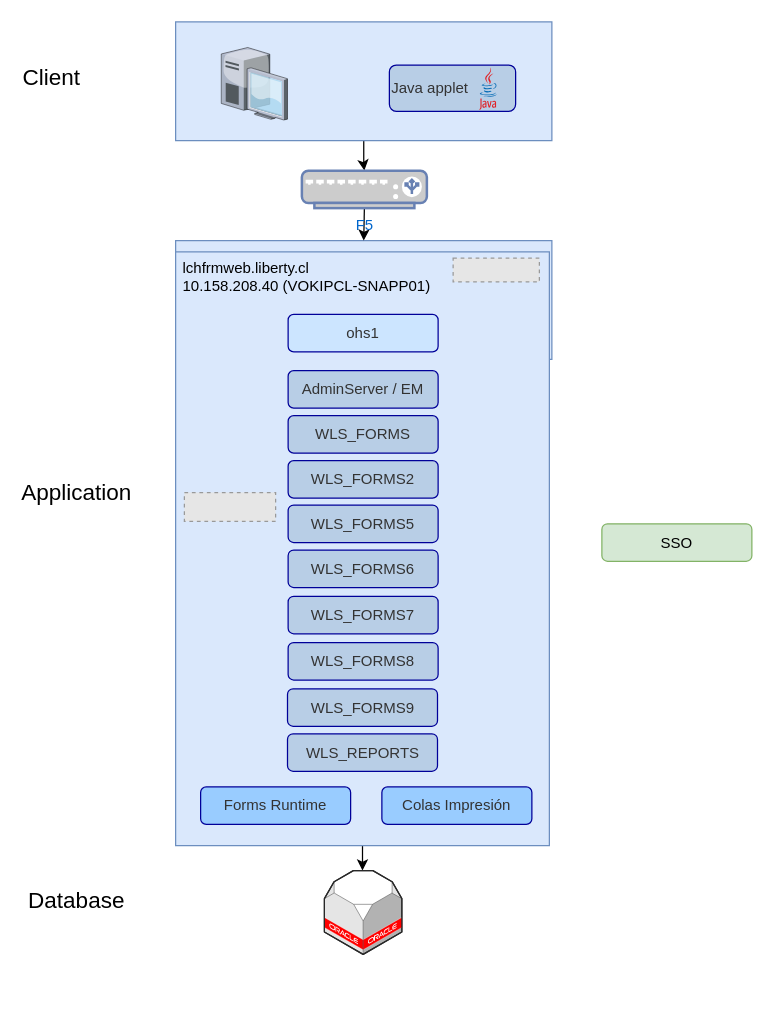
This is Untitled Diagram.drawio from albertitors/draw.io, a draw.io file, before an edit. Source tidied: cells renumbered, new cells numbered last; positions are measured from the earlier drawing's top-left corner, leaving out a move shared by most shapes. Both pictures are drawn from the tidied source at 125%, with x=0, y=0 at pixel (26, 21). Pictures stored in the file or linked from it are replaced by grey dashed boxes.
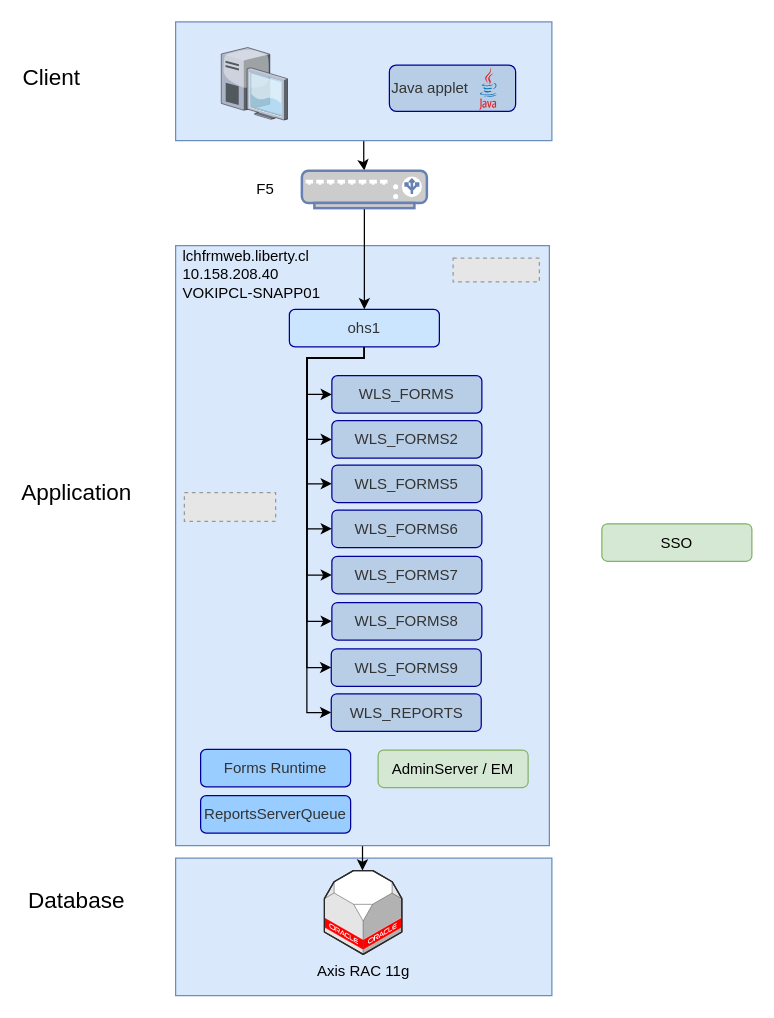
After the change.

The edit, as a diff of the source:
```diff
@@
+    <mxCell id="32" style="rounded=0;whiteSpace=wrap;html=1;fillColor=#dae8fc;strokeColor=#6c8ebf;" parent="1" vertex="1">
+      <mxGeometry x="119" y="669" width="301" height="110" as="geometry" />
+    </mxCell>
@@
-    <mxCell id="4" style="rounded=0;whiteSpace=wrap;html=1;fillColor=#dae8fc;strokeColor=#6c8ebf;" parent="1" vertex="1">
-      <mxGeometry x="119" y="175" width="301" height="95" as="geometry" />
-    </mxCell>
@@
     <mxCell id="6" style="rounded=0;whiteSpace=wrap;html=1;fillColor=#dae8fc;strokeColor=#6c8ebf;" parent="1" vertex="1">
-      <mxGeometry x="119" y="184" width="299" height="475" as="geometry" />
+      <mxGeometry x="119" y="179" width="299" height="480" as="geometry" />
     </mxCell>
@@
-    <mxCell id="8" style="verticalLabelPosition=bottom;html=1;verticalAlign=top;strokeWidth=1;align=center;outlineConnect=0;dashed=0;outlineConnect=0;shape=mxgraph.aws3d.oracleDbServer;fillColor=#ffffff;strokeColor=#5E5E5E;" parent="1" vertex="1">
+    <mxCell id="8" value="Axis RAC 11g" style="verticalLabelPosition=bottom;html=1;verticalAlign=top;strokeWidth=1;align=center;outlineConnect=0;dashed=0;outlineConnect=0;shape=mxgraph.aws3d.oracleDbServer;fillColor=#ffffff;strokeColor=#5E5E5E;" parent="1" vertex="1">
       <mxGeometry x="238" y="679" width="62" height="67" as="geometry" />
     </mxCell>
-    <mxCell id="9" value="AdminServer / EM&lt;br&gt;" style="rounded=1;whiteSpace=wrap;html=1;fillColor=#B8CEE6;strokeColor=#000099;fontColor=#333333;" parent="1" vertex="1">
-      <mxGeometry x="209" y="279" width="120" height="30" as="geometry" />
+    <mxCell id="9" value="AdminServer / EM&lt;br&gt;" style="rounded=1;whiteSpace=wrap;html=1;fillColor=#d5e8d4;strokeColor=#82b366;" parent="1" vertex="1">
+      <mxGeometry x="281" y="582.5" width="120" height="30" as="geometry" />
     </mxCell>
     <mxCell id="10" value="WLS_FORMS" style="rounded=1;whiteSpace=wrap;html=1;fillColor=#B8CEE6;strokeColor=#000099;fontColor=#333333;" parent="1" vertex="1">
-      <mxGeometry x="209" y="315" width="120" height="30" as="geometry" />
+      <mxGeometry x="244" y="283" width="120" height="30" as="geometry" />
     </mxCell>
     <mxCell id="11" value="WLS_FORMS2&lt;br&gt;" style="rounded=1;whiteSpace=wrap;html=1;fillColor=#B8CEE6;strokeColor=#000099;fontColor=#333333;" parent="1" vertex="1">
-      <mxGeometry x="209" y="351" width="120" height="30" as="geometry" />
+      <mxGeometry x="244" y="319" width="120" height="30" as="geometry" />
     </mxCell>
     <mxCell id="12" value="WLS_FORMS5" style="rounded=1;whiteSpace=wrap;html=1;fillColor=#B8CEE6;strokeColor=#000099;fontColor=#333333;" parent="1" vertex="1">
-      <mxGeometry x="209" y="386.5" width="120" height="30" as="geometry" />
+      <mxGeometry x="244" y="354.5" width="120" height="30" as="geometry" />
     </mxCell>
     <mxCell id="13" value="WLS_FORMS6" style="rounded=1;whiteSpace=wrap;html=1;fillColor=#B8CEE6;strokeColor=#000099;fontColor=#333333;" parent="1" vertex="1">
-      <mxGeometry x="209" y="422.5" width="120" height="30" as="geometry" />
+      <mxGeometry x="244" y="390.5" width="120" height="30" as="geometry" />
     </mxCell>
     <mxCell id="14" value="WLS_FORMS7" style="rounded=1;whiteSpace=wrap;html=1;fillColor=#B8CEE6;strokeColor=#000099;fontColor=#333333;" parent="1" vertex="1">
-      <mxGeometry x="209" y="459.5" width="120" height="30" as="geometry" />
+      <mxGeometry x="244" y="427.5" width="120" height="30" as="geometry" />
     </mxCell>
     <mxCell id="15" value="WLS_FORMS8" style="rounded=1;whiteSpace=wrap;html=1;fillColor=#B8CEE6;strokeColor=#000099;fontColor=#333333;" parent="1" vertex="1">
-      <mxGeometry x="209" y="496.5" width="120" height="30" as="geometry" />
+      <mxGeometry x="244" y="464.5" width="120" height="30" as="geometry" />
     </mxCell>
     <mxCell id="16" value="WLS_FORMS9" style="rounded=1;whiteSpace=wrap;html=1;fillColor=#B8CEE6;strokeColor=#000099;fontColor=#333333;" parent="1" vertex="1">
-      <mxGeometry x="208.5" y="533.5" width="120" height="30" as="geometry" />
+      <mxGeometry x="243.5" y="501.5" width="120" height="30" as="geometry" />
     </mxCell>
     <mxCell id="17" value="WLS_REPORTS" style="rounded=1;whiteSpace=wrap;html=1;fillColor=#B8CEE6;strokeColor=#000099;fontColor=#333333;" parent="1" vertex="1">
-      <mxGeometry x="208.5" y="569.5" width="120" height="30" as="geometry" />
+      <mxGeometry x="243.5" y="537.5" width="120" height="30" as="geometry" />
     </mxCell>
+    <mxCell id="33" style="edgeStyle=orthogonalEdgeStyle;rounded=0;jettySize=auto;html=1;exitX=0.5;exitY=1;exitDx=0;exitDy=0;entryX=0;entryY=0.5;entryDx=0;entryDy=0;" parent="1" edge="1" source="18" target="10">
+      <mxGeometry relative="1" as="geometry">
+        <Array as="points">
+          <mxPoint x="270" y="269" />
+          <mxPoint x="224" y="269" />
+          <mxPoint x="224" y="298" />
+        </Array>
+      </mxGeometry>
+    </mxCell>
+    <mxCell id="34" style="edgeStyle=orthogonalEdgeStyle;rounded=0;jettySize=auto;html=1;exitX=0.5;exitY=1;exitDx=0;exitDy=0;entryX=0;entryY=0.5;entryDx=0;entryDy=0;" parent="1" edge="1" source="18" target="11">
+      <mxGeometry relative="1" as="geometry">
+        <Array as="points">
+          <mxPoint x="270" y="269" />
+          <mxPoint x="224" y="269" />
+          <mxPoint x="224" y="334" />
+        </Array>
+      </mxGeometry>
+    </mxCell>
+    <mxCell id="35" style="edgeStyle=orthogonalEdgeStyle;rounded=0;jettySize=auto;html=1;exitX=0.5;exitY=1;exitDx=0;exitDy=0;entryX=0;entryY=0.5;entryDx=0;entryDy=0;" parent="1" edge="1" source="18" target="12">
+      <mxGeometry relative="1" as="geometry">
+        <Array as="points">
+          <mxPoint x="270" y="269" />
+          <mxPoint x="224" y="269" />
+          <mxPoint x="224" y="370" />
+        </Array>
+      </mxGeometry>
+    </mxCell>
+    <mxCell id="36" style="edgeStyle=orthogonalEdgeStyle;rounded=0;jettySize=auto;html=1;exitX=0.5;exitY=1;exitDx=0;exitDy=0;entryX=0;entryY=0.5;entryDx=0;entryDy=0;" parent="1" edge="1" source="18" target="13">
+      <mxGeometry relative="1" as="geometry">
+        <Array as="points">
+          <mxPoint x="270" y="269" />
+          <mxPoint x="224" y="269" />
+          <mxPoint x="224" y="406" />
+        </Array>
+      </mxGeometry>
+    </mxCell>
+    <mxCell id="37" style="edgeStyle=orthogonalEdgeStyle;rounded=0;jettySize=auto;html=1;exitX=0.5;exitY=1;exitDx=0;exitDy=0;entryX=0;entryY=0.5;entryDx=0;entryDy=0;" parent="1" edge="1" source="18" target="14">
+      <mxGeometry relative="1" as="geometry">
+        <Array as="points">
+          <mxPoint x="270" y="269" />
+          <mxPoint x="224" y="269" />
+          <mxPoint x="224" y="443" />
+        </Array>
+      </mxGeometry>
+    </mxCell>
+    <mxCell id="38" style="edgeStyle=orthogonalEdgeStyle;rounded=0;jettySize=auto;html=1;exitX=0.5;exitY=1;exitDx=0;exitDy=0;entryX=0;entryY=0.5;entryDx=0;entryDy=0;" parent="1" edge="1" source="18" target="15">
+      <mxGeometry relative="1" as="geometry">
+        <Array as="points">
+          <mxPoint x="270" y="269" />
+          <mxPoint x="224" y="269" />
+          <mxPoint x="224" y="480" />
+        </Array>
+      </mxGeometry>
+    </mxCell>
+    <mxCell id="39" style="edgeStyle=orthogonalEdgeStyle;rounded=0;jettySize=auto;html=1;exitX=0.5;exitY=1;exitDx=0;exitDy=0;entryX=0;entryY=0.5;entryDx=0;entryDy=0;" parent="1" edge="1" source="18" target="16">
+      <mxGeometry relative="1" as="geometry">
+        <Array as="points">
+          <mxPoint x="270" y="269" />
+          <mxPoint x="224" y="269" />
+          <mxPoint x="224" y="517" />
+        </Array>
+      </mxGeometry>
+    </mxCell>
+    <mxCell id="40" style="edgeStyle=orthogonalEdgeStyle;rounded=0;jettySize=auto;html=1;exitX=0.5;exitY=1;exitDx=0;exitDy=0;entryX=0;entryY=0.5;entryDx=0;entryDy=0;" parent="1" edge="1" source="18" target="17">
+      <mxGeometry relative="1" as="geometry">
+        <Array as="points">
+          <mxPoint x="270" y="269" />
+          <mxPoint x="224" y="269" />
+          <mxPoint x="224" y="553" />
+        </Array>
+      </mxGeometry>
+    </mxCell>
     <mxCell id="18" value="ohs1&lt;br&gt;" style="rounded=1;whiteSpace=wrap;html=1;fillColor=#CCE5FF;strokeColor=#000099;fontColor=#333333;" parent="1" vertex="1">
-      <mxGeometry x="209" y="234" width="120" height="30" as="geometry" />
+      <mxGeometry x="210" y="230" width="120" height="30" as="geometry" />
     </mxCell>
     <mxCell id="19" value="Forms Runtime" style="rounded=1;whiteSpace=wrap;html=1;fillColor=#99CCFF;strokeColor=#000099;fontColor=#333333;" parent="1" vertex="1">
-      <mxGeometry x="139" y="612" width="120" height="30" as="geometry" />
+      <mxGeometry x="139" y="582" width="120" height="30" as="geometry" />
     </mxCell>
-    <mxCell id="20" value="Colas Impresión&lt;br&gt;" style="rounded=1;whiteSpace=wrap;html=1;fillColor=#99CCFF;strokeColor=#000099;fontColor=#333333;" parent="1" vertex="1">
-      <mxGeometry x="284" y="612" width="120" height="30" as="geometry" />
+    <mxCell id="20" value="ReportsServerQueue&lt;br&gt;" style="rounded=1;whiteSpace=wrap;html=1;fillColor=#99CCFF;strokeColor=#000099;fontColor=#333333;" parent="1" vertex="1">
+      <mxGeometry x="139" y="619" width="120" height="30" as="geometry" />
     </mxCell>
-    <mxCell id="21" value="&lt;span&gt;lchfrmweb.liberty.cl&lt;br&gt;10.158.208.40 (&lt;/span&gt;VOKIPCL-SNAPP01)" style="text;html=1;strokeColor=none;fillColor=none;align=left;verticalAlign=middle;whiteSpace=wrap;rounded=0;" parent="1" vertex="1">
-      <mxGeometry x="123" y="189" width="287" height="30" as="geometry" />
+    <mxCell id="21" value="&lt;span&gt;lchfrmweb.liberty.cl&lt;br&gt;10.158.208.40&lt;br&gt;&lt;/span&gt;VOKIPCL-SNAPP01" style="text;html=1;strokeColor=none;fillColor=none;align=left;verticalAlign=middle;whiteSpace=wrap;rounded=0;" parent="1" vertex="1">
+      <mxGeometry x="123" y="177" width="287" height="50" as="geometry" />
     </mxCell>
@@
-    <mxCell id="29" style="edgeStyle=orthogonalEdgeStyle;rounded=0;jettySize=auto;html=1;exitX=0.5;exitY=1;exitDx=0;exitDy=0;exitPerimeter=0;entryX=0.5;entryY=0;entryDx=0;entryDy=0;fontSize=18;" parent="1" edge="1" source="30" target="4">
-      <mxGeometry relative="1" as="geometry" />
-    </mxCell>
+    <mxCell id="41" style="edgeStyle=orthogonalEdgeStyle;rounded=0;jettySize=auto;html=1;exitX=0.5;exitY=1;exitDx=0;exitDy=0;exitPerimeter=0;" parent="1" edge="1" source="30" target="18">
+      <mxGeometry relative="1" as="geometry" />
+    </mxCell>
-    <mxCell id="30" value="F5&lt;br&gt;" style="fontColor=#0066CC;verticalAlign=top;verticalLabelPosition=bottom;labelPosition=center;align=center;html=1;outlineConnect=0;fillColor=#CCCCCC;strokeColor=#6881B3;gradientColor=none;gradientDirection=north;strokeWidth=2;shape=mxgraph.networks.load_balancer;" parent="1" vertex="1">
+    <mxCell id="30" style="fontColor=#0066CC;verticalAlign=top;verticalLabelPosition=bottom;labelPosition=center;align=center;html=1;outlineConnect=0;fillColor=#CCCCCC;strokeColor=#6881B3;gradientColor=none;gradientDirection=north;strokeWidth=2;shape=mxgraph.networks.load_balancer;" parent="1" vertex="1">
       <mxGeometry x="220" y="119" width="100" height="30" as="geometry" />
     </mxCell>
@@
+    <mxCell id="42" value="&lt;span&gt;F5&lt;br&gt;&lt;/span&gt;" style="text;html=1;strokeColor=none;fillColor=none;align=left;verticalAlign=middle;whiteSpace=wrap;rounded=0;" parent="1" vertex="1">
+      <mxGeometry x="182" y="119" width="34" height="30" as="geometry" />
+    </mxCell>
```
